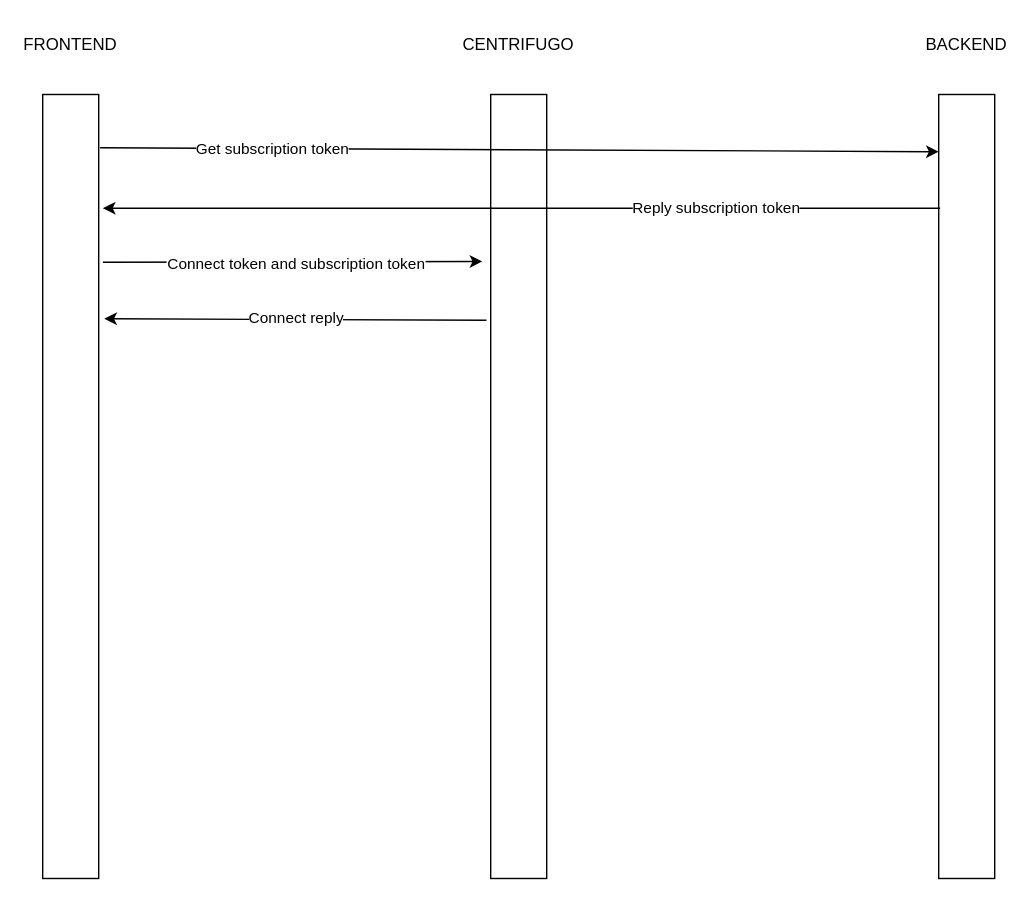
Earlier version of the draw.io diagram page "chat" (11 of 12) of Advertiser-Blogger.drawio (KmvRoman/Diagrams). Source tidied: cells renumbered, new cells numbered last; positions are measured from the earlier drawing's top-left corner, leaving out a move shared by most shapes. Both pictures are drawn from the tidied source at 140%, with x=0, y=0 at pixel (28, 24).
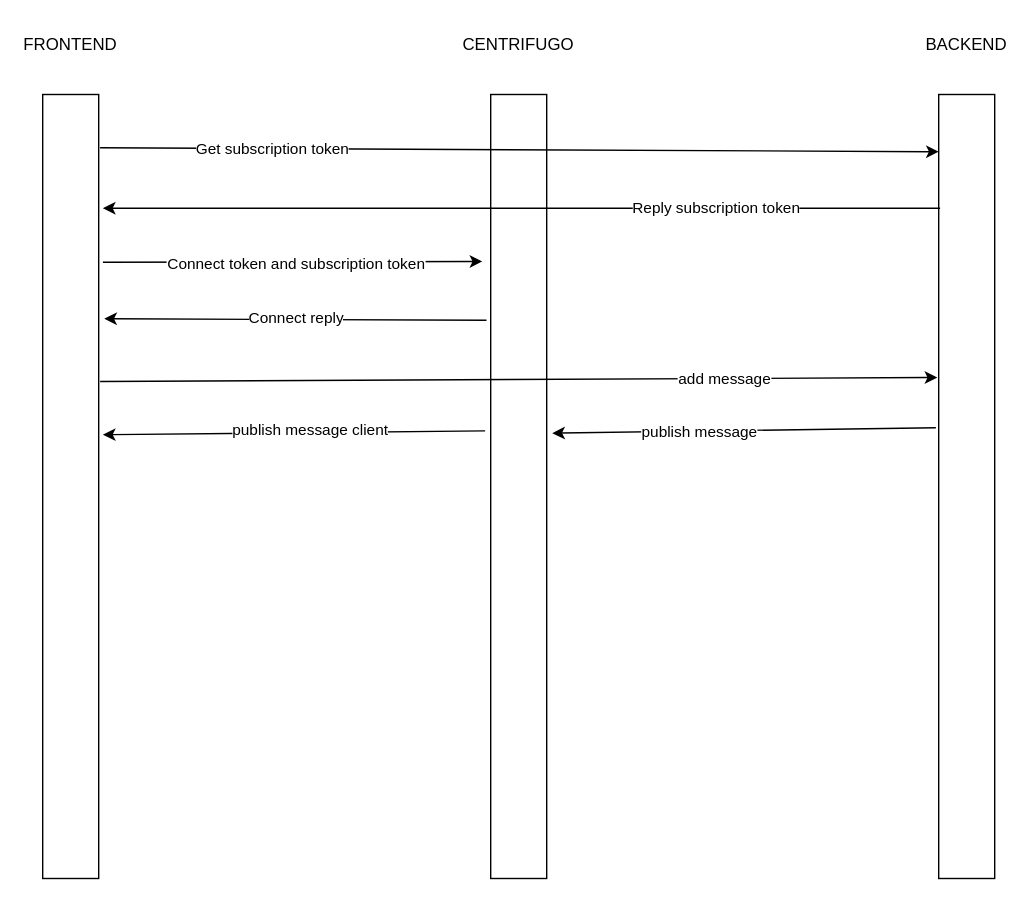
The same page after the edit.

The change refers to these unchanged cells:
```xml
<mxCell id="2" style="rounded=0;whiteSpace=wrap;html=1;" parent="1" vertex="1">
  <mxGeometry x="10" y="50" width="40" height="560" as="geometry" />
</mxCell>
<mxCell id="3" style="rounded=0;whiteSpace=wrap;html=1;" parent="1" vertex="1">
  <mxGeometry x="330" y="50" width="40" height="560" as="geometry" />
</mxCell>
<mxCell id="4" style="rounded=0;whiteSpace=wrap;html=1;" parent="1" vertex="1">
  <mxGeometry x="650" y="50" width="40" height="560" as="geometry" />
</mxCell>
```

Diff of the diagram source:
```diff
@@
+    <mxCell id="16" style="endArrow=classic;html=1;rounded=0;exitX=1.025;exitY=0.366;exitDx=0;exitDy=0;exitPerimeter=0;entryX=-0.025;entryY=0.361;entryDx=0;entryDy=0;entryPerimeter=0;" parent="1" edge="1" source="2" target="4">
+      <mxGeometry relative="1" as="geometry" />
+    </mxCell>
+    <mxCell id="17" value="add message" style="edgeLabel;html=1;align=center;verticalAlign=middle;" parent="16" vertex="1">
+      <mxGeometry x="0.49" relative="1" as="geometry" />
+    </mxCell>
+    <mxCell id="18" style="endArrow=classic;html=1;rounded=0;exitX=-0.05;exitY=0.425;exitDx=0;exitDy=0;exitPerimeter=0;entryX=1.1;entryY=0.432;entryDx=0;entryDy=0;entryPerimeter=0;" parent="1" edge="1" source="4" target="3">
+      <mxGeometry relative="1" as="geometry" />
+    </mxCell>
+    <mxCell id="19" value="publish message" style="edgeLabel;html=1;align=center;verticalAlign=middle;" parent="18" vertex="1">
+      <mxGeometry x="0.24" relative="1" as="geometry" />
+    </mxCell>
+    <mxCell id="20" style="endArrow=classic;html=1;rounded=0;exitX=-0.1;exitY=0.429;exitDx=0;exitDy=0;exitPerimeter=0;entryX=1.075;entryY=0.434;entryDx=0;entryDy=0;entryPerimeter=0;" parent="1" edge="1" source="3" target="2">
+      <mxGeometry relative="1" as="geometry" />
+    </mxCell>
+    <mxCell id="21" value="publish message client" style="edgeLabel;html=1;align=center;verticalAlign=middle;" parent="20" vertex="1">
+      <mxGeometry x="-0.08" y="3" relative="1" as="geometry">
+        <mxPoint y="-5" as="offset" />
+      </mxGeometry>
+    </mxCell>
```
